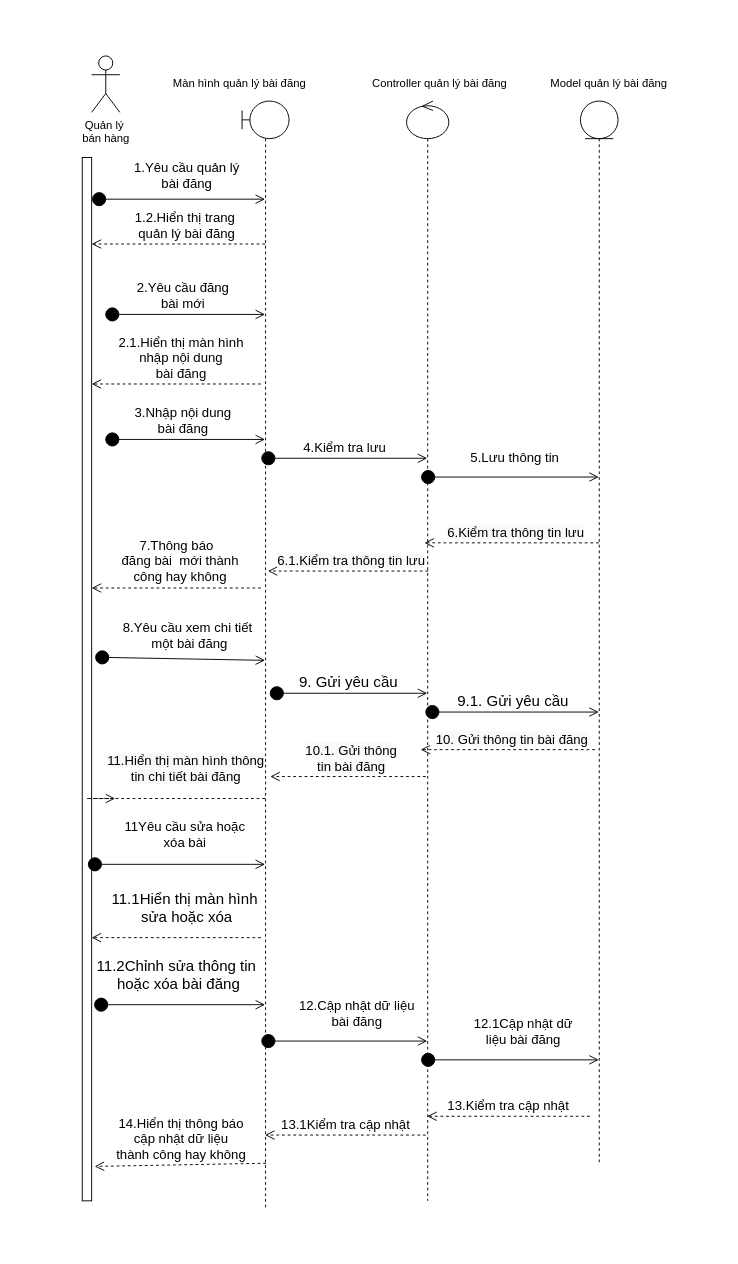
Earlier version of the draw.io diagram img/SDqlbaidang.drawio (truongflute/truongflute.github.io). Source tidied: cells renumbered, new cells numbered last; positions are measured from the earlier drawing's top-left corner, leaving out a move shared by most shapes. Both pictures are drawn from the tidied source at 94%, with x=0, y=0 at pixel (82, 55).
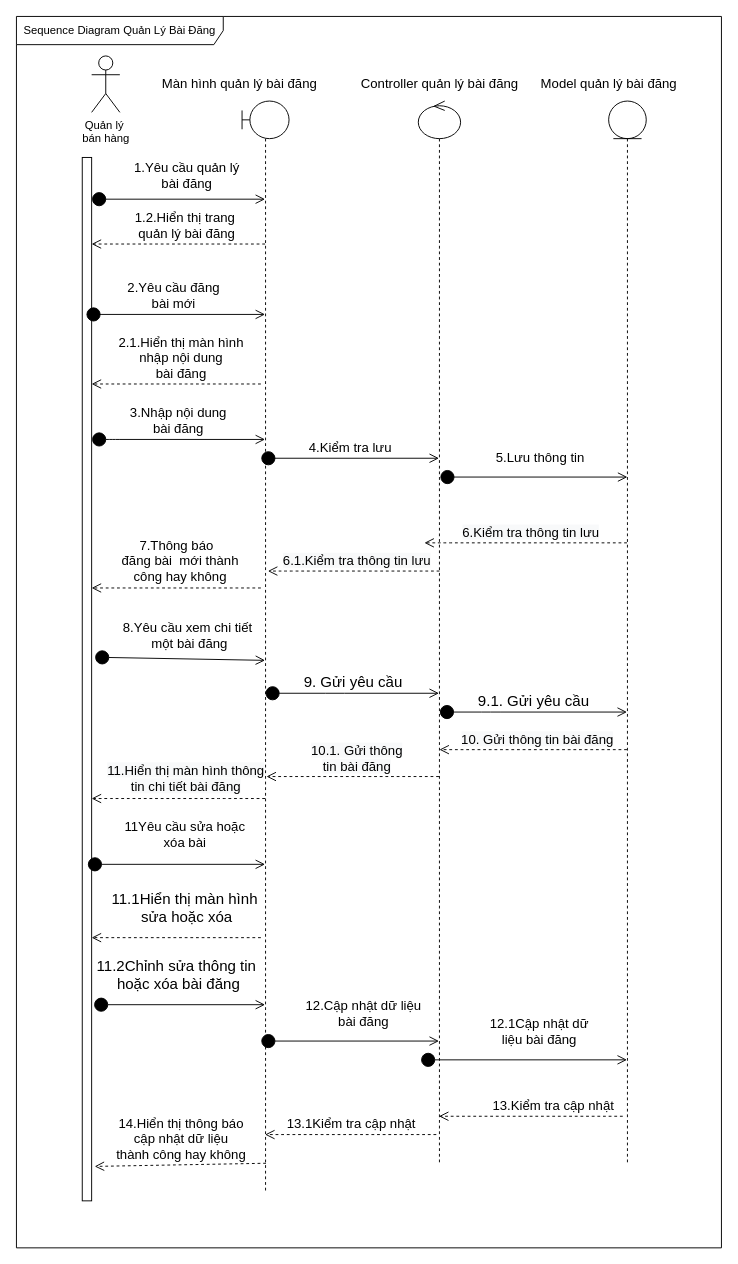
The same diagram, later.

The change refers to these unchanged cells:
```xml
<mxCell id="10" style="html=1;points=[];perimeter=orthogonalPerimeter;" parent="1" vertex="1">
  <mxGeometry y="108" width="10" height="1110" as="geometry" />
</mxCell>
```

What changed in the source:
```diff
@@
     <mxCell id="3" style="shape=umlLifeline;participant=umlBoundary;perimeter=lifelinePerimeter;whiteSpace=wrap;html=1;verticalAlign=top;spacingTop=36;outlineConnect=0;" parent="1" vertex="1">
-      <mxGeometry x="170" y="48" width="50" height="1180" as="geometry" />
+      <mxGeometry x="170" y="48" width="50" height="1160" as="geometry" />
     </mxCell>
     <mxCell id="4" style="shape=umlLifeline;participant=umlEntity;perimeter=lifelinePerimeter;whiteSpace=wrap;html=1;verticalAlign=top;spacingTop=36;outlineConnect=0;" parent="1" vertex="1">
-      <mxGeometry x="530" y="48" width="40" height="1130" as="geometry" />
+      <mxGeometry x="560" y="48" width="40" height="1130" as="geometry" />
     </mxCell>
     <mxCell id="5" style="shape=umlLifeline;participant=umlControl;perimeter=lifelinePerimeter;whiteSpace=wrap;html=1;verticalAlign=top;spacingTop=36;outlineConnect=0;" parent="1" vertex="1">
-      <mxGeometry x="345" y="48" width="45" height="1170" as="geometry" />
+      <mxGeometry x="357.5" y="48" width="45" height="1130" as="geometry" />
     </mxCell>
-    <mxCell id="6" value="&lt;font style=&quot;font-size: 14px&quot;&gt;5.Lưu thông tin&lt;/font&gt;" style="html=1;verticalAlign=bottom;startArrow=circle;startFill=1;endArrow=open;startSize=6;endSize=8;" parent="5" edge="1" target="4">
+    <mxCell id="6" value="&lt;font style=&quot;font-size: 14px&quot;&gt;5.Lưu thông tin&lt;/font&gt;" style="html=1;verticalAlign=bottom;startArrow=circle;startFill=1;endArrow=open;startSize=6;endSize=8;entryX=0.498;entryY=0.354;entryDx=0;entryDy=0;entryPerimeter=0;" parent="5" edge="1" target="4">
       <mxGeometry x="0.06" y="10" relative="1" as="geometry">
-        <mxPoint x="15" y="400" as="sourcePoint" />
+        <mxPoint x="23" y="400" as="sourcePoint" />
       </mxGeometry>
     </mxCell>
-    <mxCell id="7" value="Màn hình quản lý bài đăng" style="text;html=1;align=center;verticalAlign=middle;" parent="1" vertex="1">
-      <mxGeometry x="87" y="20" width="160" height="20" as="geometry" />
+    <mxCell id="7" value="&lt;font style=&quot;font-size: 14px&quot;&gt;Màn hình quản lý bài đăng&lt;/font&gt;" style="text;html=1;align=center;verticalAlign=middle;" parent="1" vertex="1">
+      <mxGeometry x="77" y="20" width="180" height="20" as="geometry" />
     </mxCell>
-    <mxCell id="8" value="Controller quản lý bài đăng" style="text;html=1;align=center;verticalAlign=middle;" parent="1" vertex="1">
-      <mxGeometry x="300" y="20" width="160" height="20" as="geometry" />
+    <mxCell id="8" value="&lt;font style=&quot;font-size: 14px&quot;&gt;Controller quản lý bài đăng&lt;/font&gt;" style="text;html=1;align=center;verticalAlign=middle;" parent="1" vertex="1">
+      <mxGeometry x="290" y="20" width="180" height="20" as="geometry" />
     </mxCell>
-    <mxCell id="9" value="Model quản lý bài đăng" style="text;html=1;align=center;verticalAlign=middle;" parent="1" vertex="1">
-      <mxGeometry x="490" y="20" width="140" height="20" as="geometry" />
+    <mxCell id="9" value="&lt;font style=&quot;font-size: 14px&quot;&gt;Model quản lý bài đăng&lt;/font&gt;" style="text;html=1;align=center;verticalAlign=middle;" parent="1" vertex="1">
+      <mxGeometry x="480" y="20" width="160" height="20" as="geometry" />
     </mxCell>
@@
-    <mxCell id="13" value="&lt;font style=&quot;font-size: 14px&quot;&gt;2.Yêu cầu đăng &lt;br&gt;bài&amp;nbsp;mới&lt;br&gt;&lt;/font&gt;" style="html=1;verticalAlign=bottom;startArrow=circle;startFill=1;endArrow=open;startSize=6;endSize=8;" parent="1" edge="1">
+    <mxCell id="13" value="&lt;font style=&quot;font-size: 14px&quot;&gt;2.Yêu cầu đăng &lt;br&gt;bài&amp;nbsp;mới&lt;br&gt;&lt;/font&gt;" style="html=1;verticalAlign=bottom;startArrow=circle;startFill=1;endArrow=open;startSize=6;endSize=8;" parent="1" edge="1" target="3">
       <mxGeometry relative="1" as="geometry">
-        <mxPoint x="40" y="275" as="sourcePoint" />
-        <mxPoint x="194.5" y="275" as="targetPoint" />
+        <mxPoint x="20" y="275" as="sourcePoint" />
         <Array as="points">
-          <mxPoint x="30" y="275" />
+          <mxPoint x="10" y="275" />
         </Array>
       </mxGeometry>
     </mxCell>
@@
-    <mxCell id="15" value="&lt;font style=&quot;font-size: 14px&quot;&gt;3.Nhập nội dung &lt;br&gt;bài đăng&lt;/font&gt;" style="html=1;verticalAlign=bottom;startArrow=circle;startFill=1;endArrow=open;startSize=6;endSize=8;" parent="1" edge="1" target="3">
+    <mxCell id="15" value="&lt;font style=&quot;font-size: 14px&quot;&gt;3.Nhập nội dung &lt;br&gt;bài đăng&lt;/font&gt;" style="html=1;verticalAlign=bottom;startArrow=circle;startFill=1;endArrow=open;startSize=6;endSize=8;" parent="1" edge="1" source="10" target="3">
       <mxGeometry relative="1" as="geometry">
-        <mxPoint x="40" y="408" as="sourcePoint" />
         <Array as="points">
           <mxPoint x="30" y="408" />
         </Array>
       </mxGeometry>
     </mxCell>
@@
     <mxCell id="18" value="&lt;span style=&quot;font-size: 14px ; background-color: rgb(248 , 249 , 250)&quot;&gt;6.1.Kiểm tra thông tin lưu&lt;/span&gt;" style="html=1;verticalAlign=bottom;endArrow=open;dashed=1;endSize=8;" parent="1" edge="1">
       <mxGeometry x="-0.04" relative="1" as="geometry">
-        <mxPoint x="368" y="548" as="sourcePoint" />
+        <mxPoint x="380" y="548" as="sourcePoint" />
         <mxPoint x="197.5" y="548" as="targetPoint" />
         <Array as="points">
           <mxPoint x="293.5" y="548" />
           <mxPoint x="217.5" y="548" />
         </Array>
       </mxGeometry>
     </mxCell>
@@
-    <mxCell id="21" value="&lt;font size=&quot;3&quot;&gt;9. Gửi yêu cầu&lt;/font&gt;" style="html=1;verticalAlign=bottom;startArrow=circle;startFill=1;endArrow=open;startSize=6;endSize=8;" parent="1" edge="1" target="5">
+    <mxCell id="21" value="&lt;font size=&quot;3&quot;&gt;9. Gửi yêu cầu&lt;/font&gt;" style="html=1;verticalAlign=bottom;startArrow=circle;startFill=1;endArrow=open;startSize=6;endSize=8;" parent="1" edge="1" source="3" target="5">
       <mxGeometry relative="1" as="geometry">
-        <mxPoint x="199" y="678" as="sourcePoint" />
         <Array as="points">
           <mxPoint x="269" y="678" />
         </Array>
       </mxGeometry>
     </mxCell>
     <mxCell id="22" value="&lt;font size=&quot;3&quot;&gt;9.1. Gửi yêu cầu&lt;/font&gt;" style="html=1;verticalAlign=bottom;startArrow=circle;startFill=1;endArrow=open;startSize=6;endSize=8;" parent="1" edge="1" target="4">
       <mxGeometry relative="1" as="geometry">
-        <mxPoint x="364.5" y="698" as="sourcePoint" />
+        <mxPoint x="380" y="698" as="sourcePoint" />
         <Array as="points">
           <mxPoint x="434.5" y="698" />
         </Array>
       </mxGeometry>
     </mxCell>
-    <mxCell id="23" value="&lt;span style=&quot;font-size: 14px ; background-color: rgb(248 , 249 , 250)&quot;&gt;10. Gửi thông tin bài đăng&lt;/span&gt;" style="html=1;verticalAlign=bottom;endArrow=open;dashed=1;endSize=8;" parent="1" edge="1">
+    <mxCell id="23" value="&lt;span style=&quot;font-size: 14px ; background-color: rgb(248 , 249 , 250)&quot;&gt;10. Gửi thông tin bài đăng&lt;/span&gt;" style="html=1;verticalAlign=bottom;endArrow=open;dashed=1;endSize=8;" parent="1" edge="1" source="4">
       <mxGeometry x="-0.04" relative="1" as="geometry">
-        <mxPoint x="545.5" y="738" as="sourcePoint" />
-        <mxPoint x="360" y="738" as="targetPoint" />
+        <mxPoint x="380" y="738" as="targetPoint" />
         <Array as="points">
           <mxPoint x="380" y="738" />
         </Array>
       </mxGeometry>
     </mxCell>
-    <mxCell id="24" value="&lt;span style=&quot;font-size: 14px ; background-color: rgb(248 , 249 , 250)&quot;&gt;10.1. Gửi thông &lt;br&gt;tin bài đăng&lt;/span&gt;" style="html=1;verticalAlign=bottom;endArrow=open;dashed=1;endSize=8;" parent="1" edge="1">
+    <mxCell id="24" value="&lt;span style=&quot;font-size: 14px ; background-color: rgb(248 , 249 , 250)&quot;&gt;10.1. Gửi thông &lt;br&gt;tin bài đăng&lt;/span&gt;" style="html=1;verticalAlign=bottom;endArrow=open;dashed=1;endSize=8;" parent="1" edge="1" source="5">
       <mxGeometry x="-0.04" relative="1" as="geometry">
-        <mxPoint x="365.5" y="766.6" as="sourcePoint" />
-        <mxPoint x="200" y="767" as="targetPoint" />
+        <mxPoint x="196" y="767" as="targetPoint" />
         <Array as="points">
-          <mxPoint x="200" y="766.6" />
+          <mxPoint x="196" y="766.6" />
         </Array>
       </mxGeometry>
     </mxCell>
-    <mxCell id="25" value="&lt;span style=&quot;font-size: 14px ; background-color: rgb(248 , 249 , 250)&quot;&gt;11.Hiển thị màn hình thông &lt;br&gt;tin chi tiết bài đăng&lt;/span&gt;" style="html=1;verticalAlign=bottom;endArrow=open;dashed=1;endSize=8;" parent="1" edge="1">
-      <mxGeometry x="-0.26" y="-12" relative="1" as="geometry">
-        <mxPoint x="194.5" y="790" as="sourcePoint" />
-        <mxPoint x="35" y="790" as="targetPoint" />
+    <mxCell id="25" value="&lt;span style=&quot;font-size: 14px ; background-color: rgb(248 , 249 , 250)&quot;&gt;11.Hiển thị màn hình thông &lt;br&gt;tin chi tiết bài đăng&lt;/span&gt;" style="html=1;verticalAlign=bottom;endArrow=open;dashed=1;endSize=8;" parent="1" edge="1" source="3">
+      <mxGeometry x="-0.08" y="-2" relative="1" as="geometry">
+        <mxPoint x="10" y="790" as="targetPoint" />
         <Array as="points">
-          <mxPoint x="115" y="790" />
-          <mxPoint y="790" />
+          <mxPoint x="155" y="790" />
+          <mxPoint x="40" y="790" />
         </Array>
       </mxGeometry>
     </mxCell>
@@
     <mxCell id="31" value="&lt;font style=&quot;font-size: 14px&quot;&gt;13.Kiểm tra cập nhật&lt;/font&gt;" style="html=1;verticalAlign=bottom;endArrow=open;dashed=1;endSize=8;" parent="1" edge="1" target="5">
-      <mxGeometry relative="1" as="geometry">
-        <mxPoint x="540" y="1128" as="sourcePoint" />
+      <mxGeometry x="-0.23" relative="1" as="geometry">
+        <mxPoint x="575" y="1128" as="sourcePoint" />
+        <mxPoint x="1" as="offset" />
       </mxGeometry>
     </mxCell>
-    <mxCell id="32" value="&lt;font style=&quot;font-size: 14px&quot;&gt;13.1Kiểm tra cập nhật&lt;/font&gt;" style="html=1;verticalAlign=bottom;endArrow=open;dashed=1;endSize=8;" parent="1" edge="1" target="3">
-      <mxGeometry relative="1" as="geometry">
-        <mxPoint x="365.5" y="1148" as="sourcePoint" />
-      </mxGeometry>
+    <mxCell id="32" value="&lt;font style=&quot;font-size: 14px&quot;&gt;13.1Kiểm tra cập nhật&lt;/font&gt;" style="html=1;verticalAlign=bottom;endArrow=open;dashed=1;endSize=8;exitX=0.425;exitY=0.973;exitDx=0;exitDy=0;exitPerimeter=0;" parent="1" edge="1" source="5" target="3">
+      <mxGeometry relative="1" as="geometry" />
     </mxCell>
@@
+    <mxCell id="34" value="Sequence Diagram Quản Lý Bài Đăng" style="shape=umlFrame;whiteSpace=wrap;html=1;width=220;height=30;" parent="1" vertex="1">
+      <mxGeometry x="-70" y="-42" width="750" height="1310" as="geometry" />
+    </mxCell>
```
